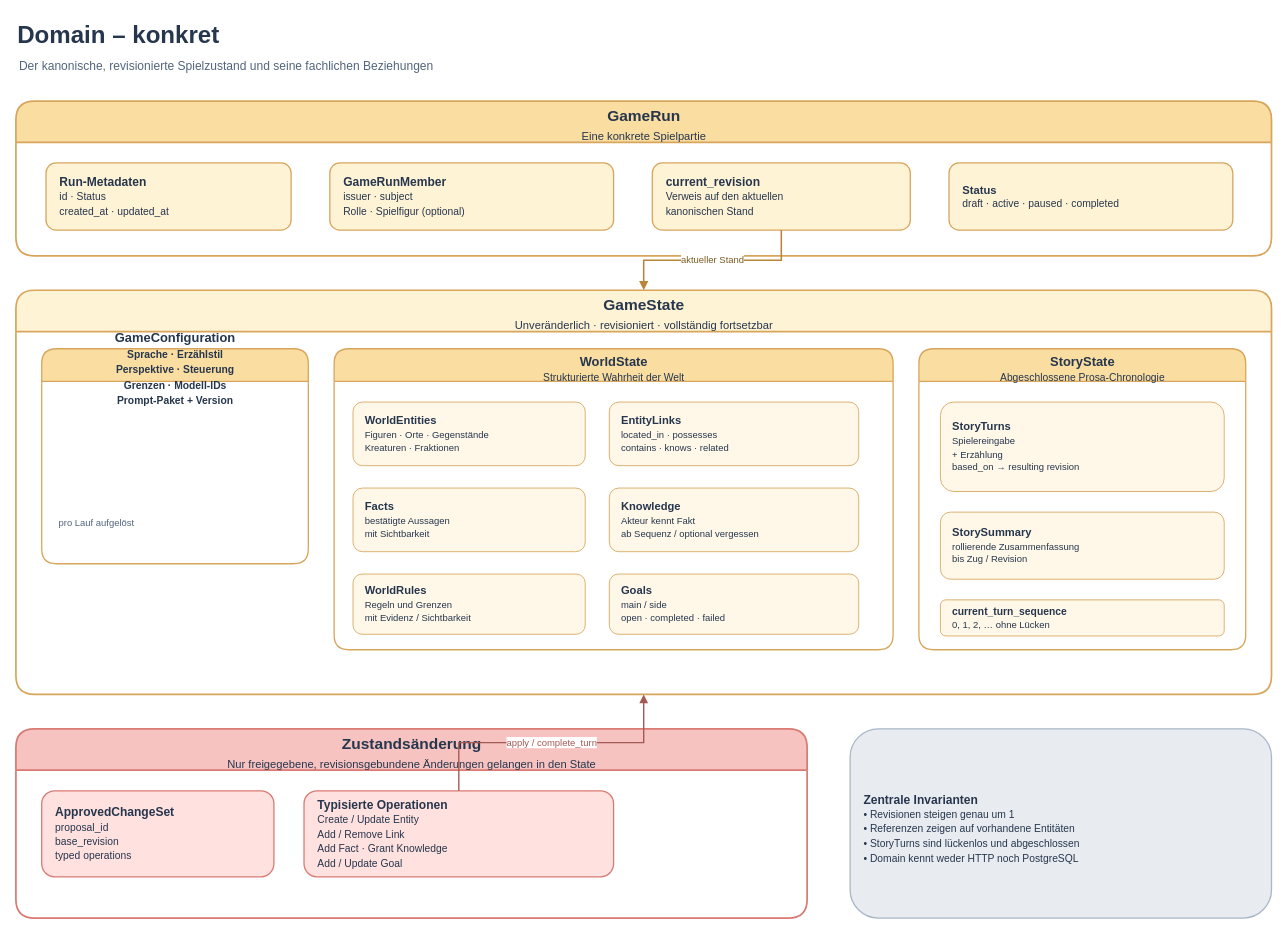
The draw.io diagram page "Domain – konkret" (2 of 5) of docs/human/technical/architektur.drawio in ukf-hoppmann/my_story_game, before the edit. Source tidied: cells renumbered, new cells numbered last; positions are measured from the earlier drawing's top-left corner, leaving out a move shared by most shapes. Both pictures are drawn from the tidied source at 86%, with x=0, y=0 at pixel (15, 15).
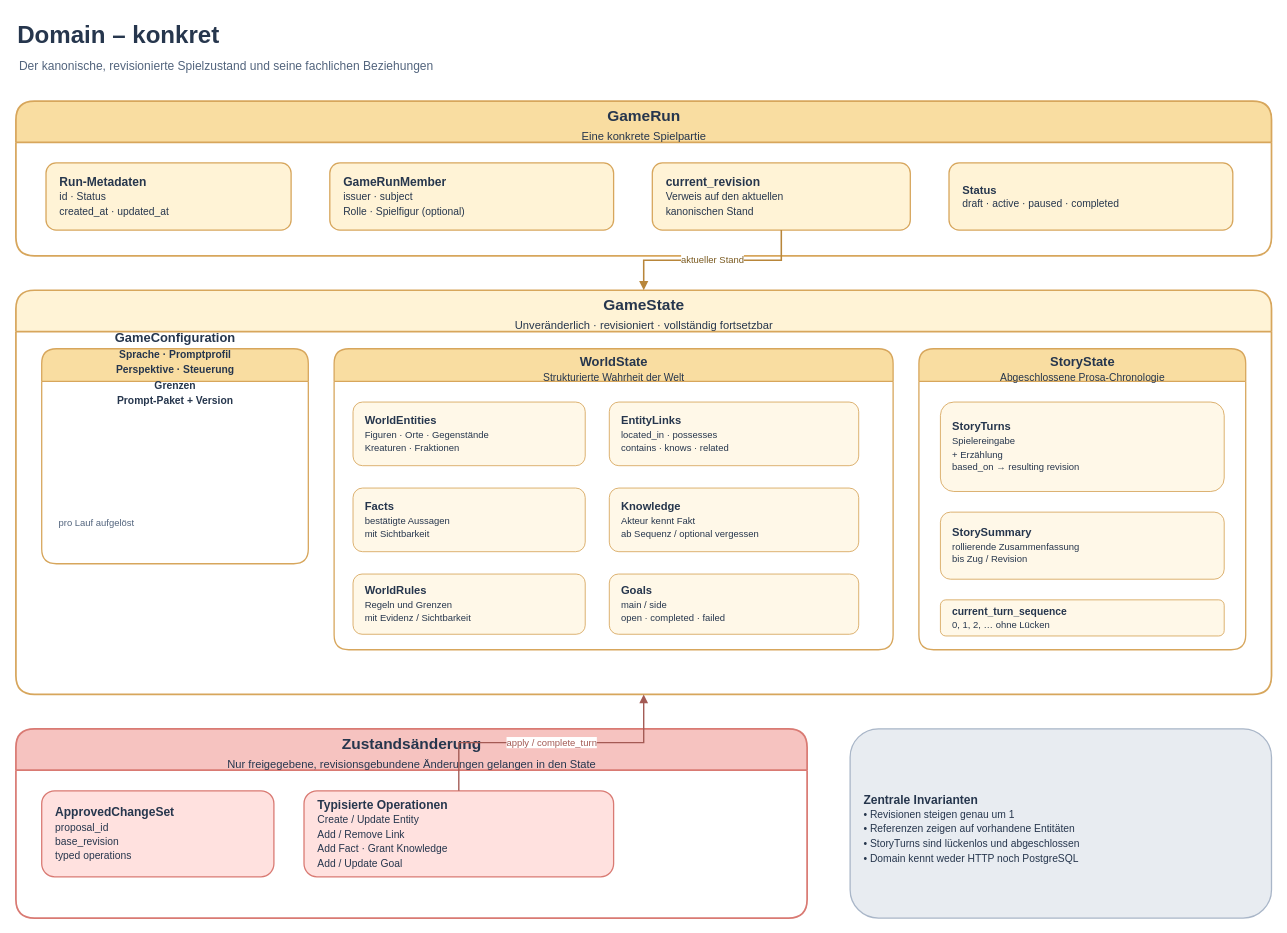
Above is the later version.

The change refers to these unchanged cells:
```xml
<mxCell id="9" value="&lt;b&gt;GameState&lt;/b&gt;&lt;br&gt;&lt;font style=&quot;font-size:13px;font-weight:normal&quot;&gt;Unveränderlich · revisioniert · vollständig fortsetzbar&lt;/font&gt;" style="swimlane;html=1;rounded=1;horizontal=1;startSize=48;fillColor=#FFF3D6;strokeColor=#D7A65C;strokeWidth=2;fontColor=#26364D;fontSize=18;fontStyle=1;spacingTop=10;" parent="1" vertex="1">
  <mxGeometry y="320" width="1460" height="470" as="geometry" />
</mxCell>
```

The edit, as a diff of the source:
```diff
@@
-    <mxCell id="10" value="&lt;b&gt;GameConfiguration&lt;/b&gt;&lt;br&gt;&lt;font style=&quot;font-size:12px&quot;&gt;Sprache · Erzählstil&lt;br&gt;Perspektive · Steuerung&lt;br&gt;Grenzen · Modell-IDs&lt;br&gt;Prompt-Paket + Version&lt;/font&gt;" style="swimlane;html=1;rounded=1;horizontal=1;startSize=38;fillColor=#F9DDA1;strokeColor=#D7A65C;strokeWidth=1.5;fontColor=#26364D;fontSize=15;fontStyle=1;spacingTop=8;" parent="9" vertex="1">
+    <mxCell id="10" value="&lt;b&gt;GameConfiguration&lt;/b&gt;&lt;br&gt;&lt;font style=&quot;font-size:12px&quot;&gt;Sprache · Promptprofil&lt;br&gt;Perspektive · Steuerung&lt;br&gt;Grenzen&lt;br&gt;Prompt-Paket + Version&lt;/font&gt;" style="swimlane;html=1;rounded=1;horizontal=1;startSize=38;fillColor=#F9DDA1;strokeColor=#D7A65C;strokeWidth=1.5;fontColor=#26364D;fontSize=15;fontStyle=1;spacingTop=8;" parent="9" vertex="1">
       <mxGeometry x="30" y="68" width="310" height="250" as="geometry" />
     </mxCell>
```
